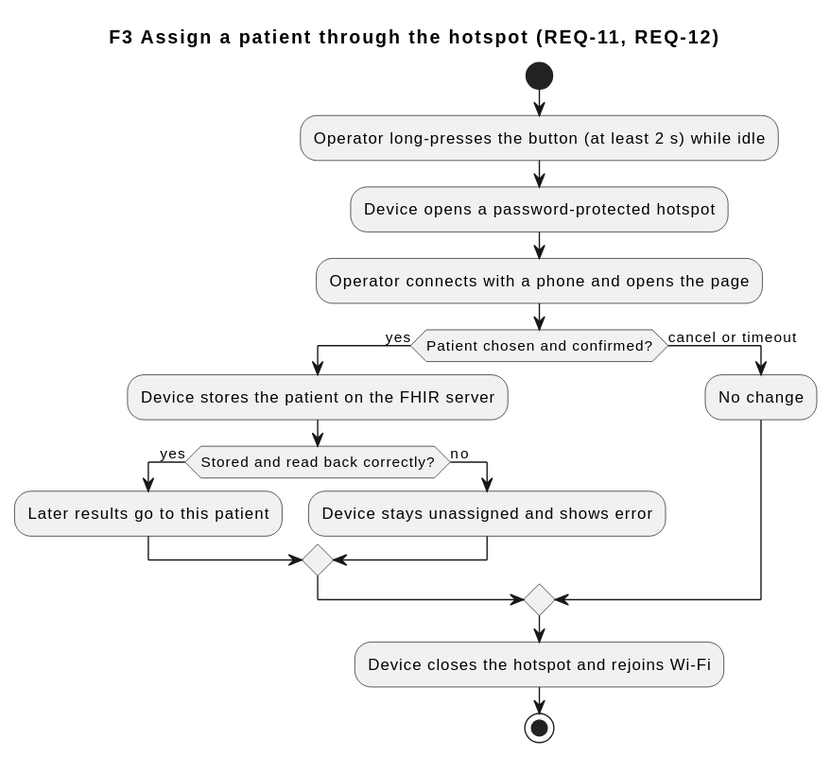
Before: Development/system/requirements/use-cases/rendered/uc_03_assign_patient.svg, a diagram exported from PlantUML (DemonicPsychoII/DigitalStethoscope).
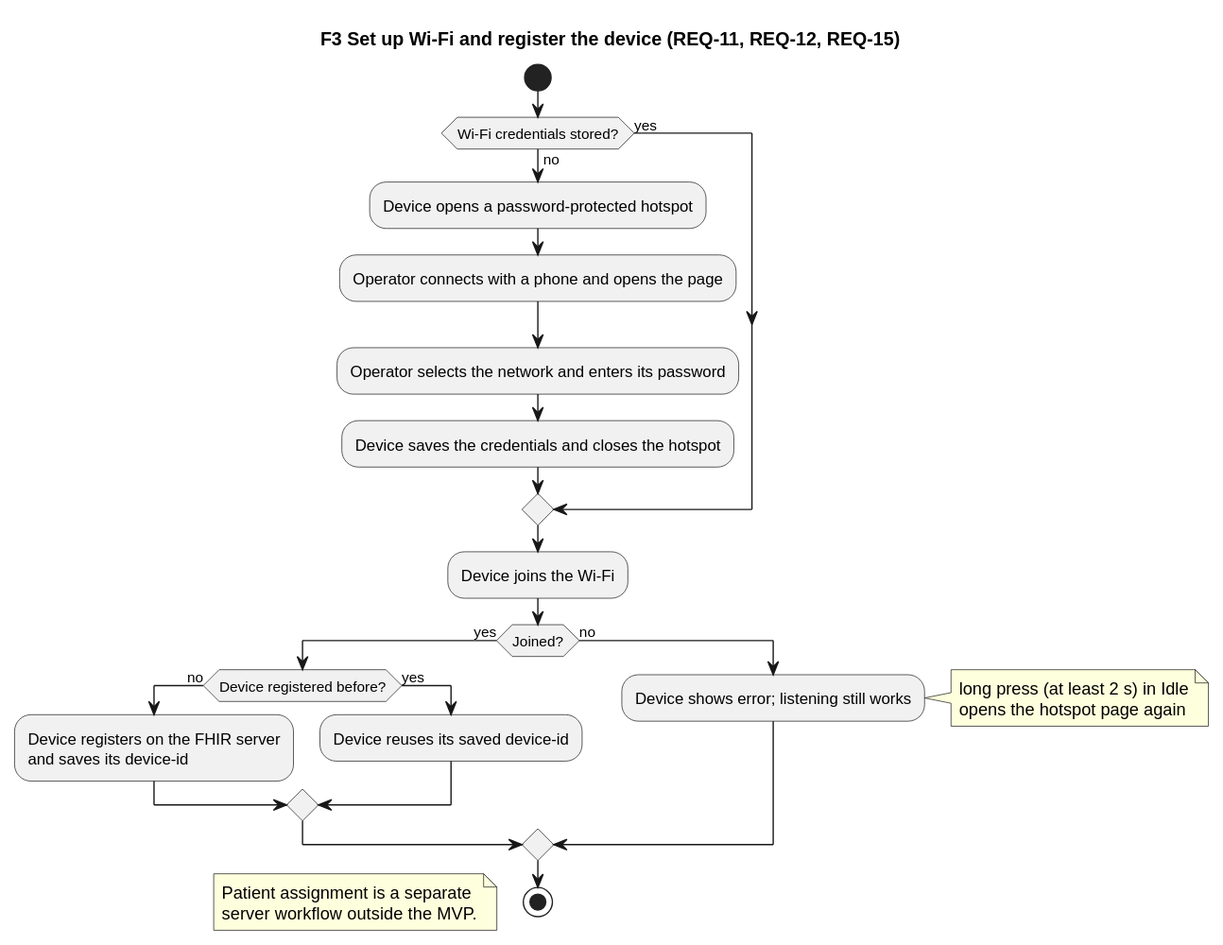
Later version of the same file.

Change to the diagram source:
```diff
@@ -1,21 +1,29 @@
 @startuml
 skinparam shadowing false
 skinparam defaultFontName SansSerif
-title F3 Assign a patient through the hotspot (REQ-11, REQ-12)
+title F3 Set up Wi-Fi and register the device (REQ-11, REQ-12, REQ-15)
 start
-:Operator long-presses the button (at least 2 s) while idle;
-:Device opens a password-protected hotspot;
-:Operator connects with a phone and opens the page;
-if (Patient chosen and confirmed?) then (yes)
- :Device stores the patient on the FHIR server;
- if (Stored and read back correctly?) then (yes)
-  :Later results go to this patient;
- else (no)
-  :Device stays unassigned and shows error;
+if (Wi-Fi credentials stored?) then (no)
+ :Device opens a password-protected hotspot;
+ :Operator connects with a phone and opens the page;
+ :Operator selects the network and enters its password;
+ :Device saves the credentials and closes the hotspot;
+else (yes)
+endif
+:Device joins the Wi-Fi;
+if (Joined?) then (yes)
+ if (Device registered before?) then (no)
+  :Device registers on the FHIR server\nand saves its device-id;
+ else (yes)
+  :Device reuses its saved device-id;
  endif
-else (cancel or timeout)
- :No change;
+else (no)
+ :Device shows error; listening still works;
+ note right: long press (at least 2 s) in Idle\nopens the hotspot page again
 endif
-:Device closes the hotspot and rejoins Wi-Fi;
 stop
+floating note
+ Patient assignment is a separate
+ server workflow outside the MVP.
+end note
 @enduml
```
